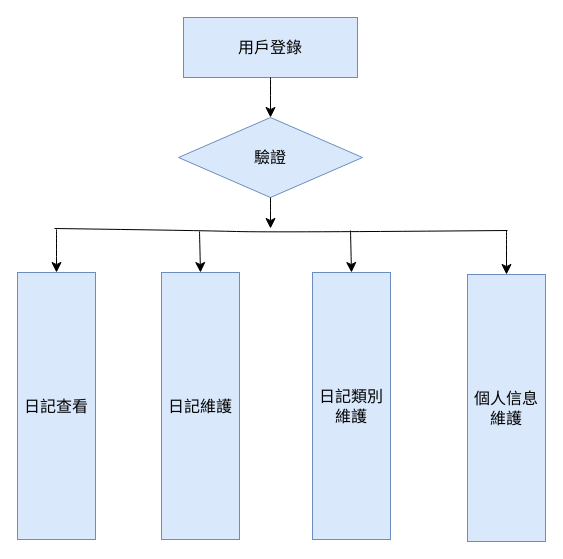
The draw.io diagram 未命名绘图.drawio in s48910649s/11024226-11024231-Final_report, before the edit. Source tidied: cells renumbered, new cells numbered last; positions are measured from the earlier drawing's top-left corner, leaving out a move shared by most shapes. Both pictures are drawn from the tidied source at 100%, with x=0, y=0 at pixel (17, 17).
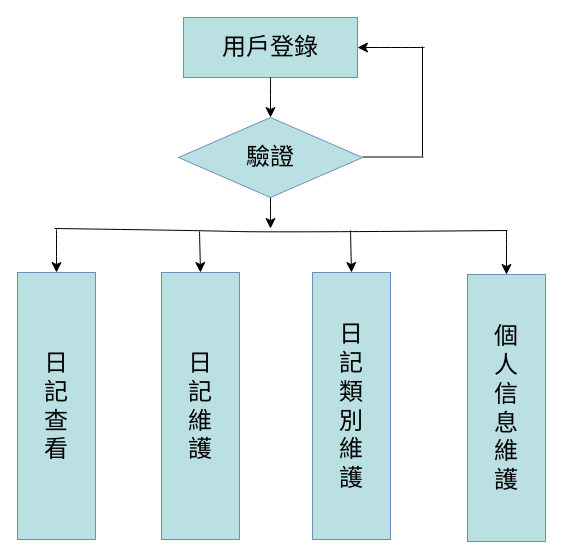
After the change.

Commit message:
系統結構圖.drawio

Diff of the diagram source:
```diff
@@
-    <mxCell id="2" value="用戶登錄" style="rounded=0;whiteSpace=wrap;html=1;fontSize=16;fillColor=#dae8fc;strokeColor=#6c8ebf;" parent="1" vertex="1">
+    <mxCell id="2" value="&lt;font style=&quot;font-size: 24px;&quot;&gt;用戶登錄&lt;/font&gt;" style="rounded=0;whiteSpace=wrap;html=1;fontSize=16;fillColor=#bbe0e3;strokeColor=#6c8ebf;" parent="1" vertex="1">
       <mxGeometry x="166" width="174" height="60" as="geometry" />
     </mxCell>
-    <mxCell id="3" value="驗證" style="rhombus;whiteSpace=wrap;html=1;fontSize=16;fillColor=#dae8fc;strokeColor=#6c8ebf;" parent="1" vertex="1">
+    <mxCell id="3" value="&lt;font style=&quot;font-size: 24px;&quot;&gt;驗證&lt;/font&gt;" style="rhombus;whiteSpace=wrap;html=1;fontSize=16;fillColor=#bbe0e3;strokeColor=#6c8ebf;" parent="1" vertex="1">
       <mxGeometry x="161" y="100" width="184" height="80" as="geometry" />
     </mxCell>
-    <mxCell id="4" value="&lt;div style=&quot;&quot;&gt;日記查看&lt;/div&gt;" style="rounded=0;whiteSpace=wrap;html=1;fontSize=16;align=center;verticalAlign=middle;horizontal=1;labelPosition=center;verticalLabelPosition=middle;textDirection=ltr;fillColor=#dae8fc;strokeColor=#6c8ebf;" parent="1" vertex="1">
+    <mxCell id="4" value="&lt;div style=&quot;&quot;&gt;&lt;font style=&quot;font-size: 24px;&quot;&gt;日&lt;/font&gt;&lt;/div&gt;&lt;div style=&quot;&quot;&gt;&lt;font style=&quot;font-size: 24px;&quot;&gt;記&lt;/font&gt;&lt;/div&gt;&lt;div style=&quot;&quot;&gt;&lt;font style=&quot;font-size: 24px;&quot;&gt;查&lt;/font&gt;&lt;/div&gt;&lt;div style=&quot;&quot;&gt;&lt;font style=&quot;font-size: 24px;&quot;&gt;看&lt;/font&gt;&lt;/div&gt;" style="rounded=0;whiteSpace=wrap;html=1;fontSize=16;align=center;verticalAlign=middle;horizontal=1;labelPosition=center;verticalLabelPosition=middle;textDirection=ltr;fillColor=#bbe0e3;strokeColor=#6c8ebf;" parent="1" vertex="1">
       <mxGeometry y="255" width="78" height="267" as="geometry" />
     </mxCell>
-    <mxCell id="5" value="&lt;div style=&quot;&quot;&gt;日記維護&lt;/div&gt;" style="rounded=0;whiteSpace=wrap;html=1;fontSize=16;align=center;verticalAlign=middle;horizontal=1;labelPosition=center;verticalLabelPosition=middle;textDirection=ltr;fillColor=#dae8fc;strokeColor=#6c8ebf;" parent="1" vertex="1">
+    <mxCell id="5" value="&lt;div style=&quot;&quot;&gt;&lt;font style=&quot;font-size: 24px;&quot;&gt;日&lt;/font&gt;&lt;/div&gt;&lt;div style=&quot;&quot;&gt;&lt;font style=&quot;font-size: 24px;&quot;&gt;記&lt;/font&gt;&lt;/div&gt;&lt;div style=&quot;&quot;&gt;&lt;font style=&quot;font-size: 24px;&quot;&gt;維&lt;/font&gt;&lt;/div&gt;&lt;div style=&quot;&quot;&gt;&lt;font style=&quot;font-size: 24px;&quot;&gt;護&lt;/font&gt;&lt;/div&gt;" style="rounded=0;whiteSpace=wrap;html=1;fontSize=16;align=center;verticalAlign=middle;horizontal=1;labelPosition=center;verticalLabelPosition=middle;textDirection=ltr;fillColor=#bbe0e3;strokeColor=#6c8ebf;" parent="1" vertex="1">
       <mxGeometry x="144" y="255" width="78" height="267" as="geometry" />
     </mxCell>
-    <mxCell id="6" value="&lt;div style=&quot;&quot;&gt;日記類別維護&lt;/div&gt;" style="rounded=0;whiteSpace=wrap;html=1;fontSize=16;align=center;verticalAlign=middle;horizontal=1;labelPosition=center;verticalLabelPosition=middle;textDirection=ltr;fillColor=#dae8fc;strokeColor=#6c8ebf;" parent="1" vertex="1">
+    <mxCell id="6" value="&lt;div style=&quot;&quot;&gt;&lt;font style=&quot;font-size: 24px;&quot;&gt;日&lt;/font&gt;&lt;/div&gt;&lt;div style=&quot;&quot;&gt;&lt;font style=&quot;font-size: 24px;&quot;&gt;記&lt;/font&gt;&lt;/div&gt;&lt;div style=&quot;&quot;&gt;&lt;font style=&quot;font-size: 24px;&quot;&gt;類&lt;/font&gt;&lt;/div&gt;&lt;div style=&quot;&quot;&gt;&lt;font style=&quot;font-size: 24px;&quot;&gt;別&lt;/font&gt;&lt;/div&gt;&lt;div style=&quot;&quot;&gt;&lt;font style=&quot;font-size: 24px;&quot;&gt;維&lt;/font&gt;&lt;/div&gt;&lt;div style=&quot;&quot;&gt;&lt;font style=&quot;font-size: 24px;&quot;&gt;護&lt;/font&gt;&lt;/div&gt;" style="rounded=0;whiteSpace=wrap;html=1;fontSize=16;align=center;verticalAlign=middle;horizontal=1;labelPosition=center;verticalLabelPosition=middle;textDirection=ltr;fillColor=#bbe0e3;strokeColor=#6c8ebf;" parent="1" vertex="1">
       <mxGeometry x="295" y="255" width="78" height="267" as="geometry" />
     </mxCell>
-    <mxCell id="7" value="&lt;div style=&quot;&quot;&gt;個人信息維護&lt;/div&gt;" style="rounded=0;whiteSpace=wrap;html=1;fontSize=16;align=center;verticalAlign=middle;horizontal=1;labelPosition=center;verticalLabelPosition=middle;textDirection=ltr;fillColor=#dae8fc;strokeColor=#6c8ebf;" parent="1" vertex="1">
+    <mxCell id="7" value="&lt;div style=&quot;&quot;&gt;&lt;font style=&quot;font-size: 24px;&quot;&gt;個&lt;/font&gt;&lt;/div&gt;&lt;div style=&quot;&quot;&gt;&lt;font style=&quot;font-size: 24px;&quot;&gt;人&lt;/font&gt;&lt;/div&gt;&lt;div style=&quot;&quot;&gt;&lt;font style=&quot;font-size: 24px;&quot;&gt;信&lt;/font&gt;&lt;/div&gt;&lt;div style=&quot;&quot;&gt;&lt;font style=&quot;font-size: 24px;&quot;&gt;息&lt;/font&gt;&lt;/div&gt;&lt;div style=&quot;&quot;&gt;&lt;font style=&quot;font-size: 24px;&quot;&gt;維&lt;/font&gt;&lt;/div&gt;&lt;div style=&quot;&quot;&gt;&lt;font style=&quot;font-size: 24px;&quot;&gt;護&lt;/font&gt;&lt;/div&gt;" style="rounded=0;whiteSpace=wrap;html=1;fontSize=16;align=center;verticalAlign=middle;horizontal=1;labelPosition=center;verticalLabelPosition=middle;textDirection=ltr;fillColor=#bbe0e3;strokeColor=#6c8ebf;" parent="1" vertex="1">
       <mxGeometry x="450" y="257" width="78" height="267" as="geometry" />
     </mxCell>
@@
+    <mxCell id="15" style="endArrow=none;html=1;rounded=0;" parent="1" edge="1">
+      <mxGeometry relative="1" as="geometry">
+        <mxPoint x="405" y="139" as="sourcePoint" />
+        <mxPoint x="405" y="29" as="targetPoint" />
+      </mxGeometry>
+    </mxCell>
+    <mxCell id="16" style="endArrow=none;html=1;rounded=0;" parent="1" edge="1">
+      <mxGeometry relative="1" as="geometry">
+        <mxPoint x="345" y="139.5" as="sourcePoint" />
+        <mxPoint x="406" y="139.5" as="targetPoint" />
+      </mxGeometry>
+    </mxCell>
+    <mxCell id="17" style="endArrow=classic;html=1;rounded=0;fontSize=12;startSize=8;endSize=8;curved=1;entryX=1;entryY=0.5;entryDx=0;entryDy=0;" parent="1" edge="1" target="2">
+      <mxGeometry relative="1" as="geometry">
+        <mxPoint x="407" y="30" as="sourcePoint" />
+      </mxGeometry>
+    </mxCell>
```
